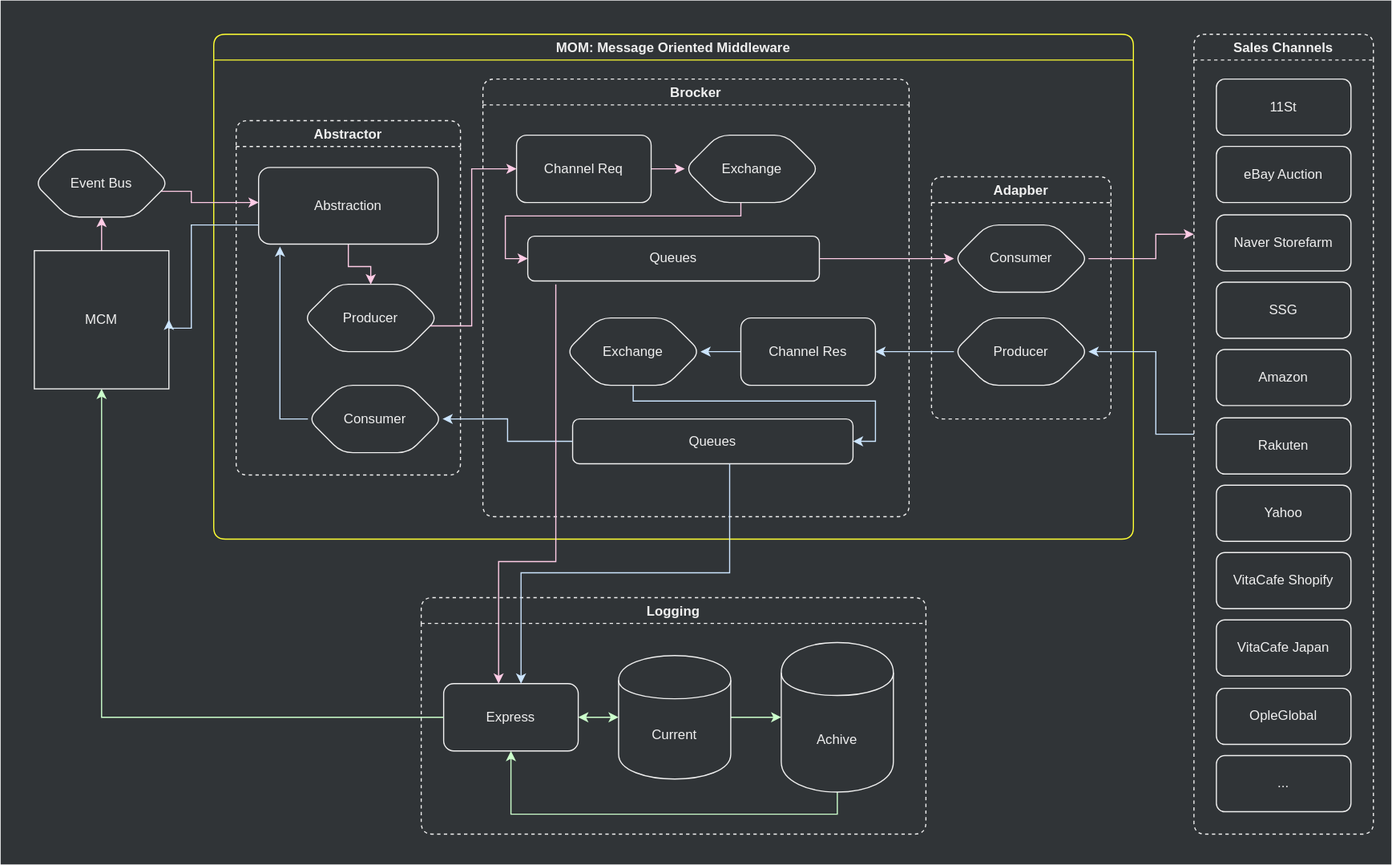
Earlier version of the draw.io export assets/.draw.io/documents/mom-structure-diagram.svg (jiholee-ntwglobal/jiholee-ntwglobal.github.io). Source tidied: cells renumbered, new cells last; positions are measured from the earlier drawing's top-left corner, leaving out a move shared by most shapes.
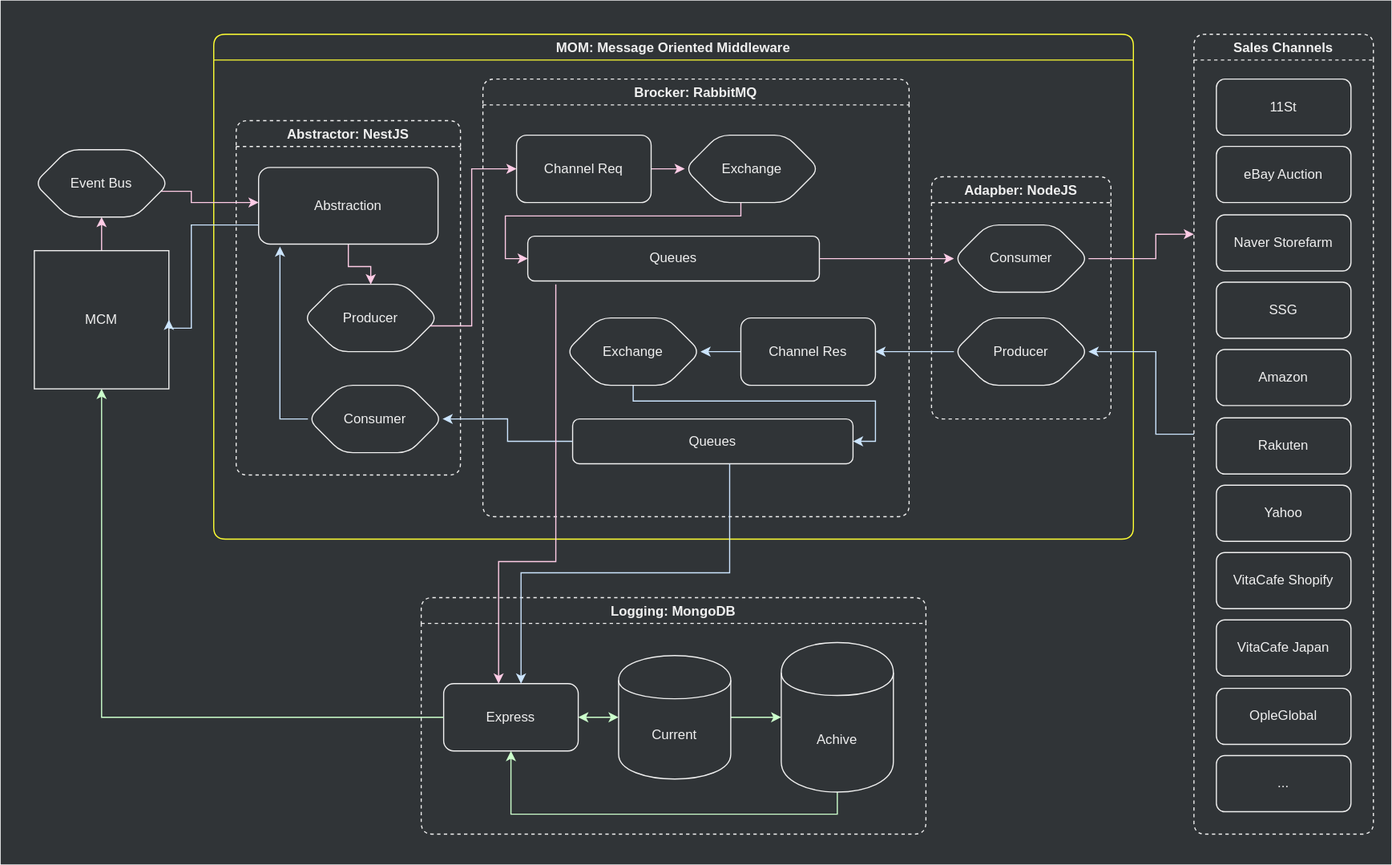
Above is the later version.

The edit, as a diff of the source:
```diff
@@ -9,7 +9,7 @@
     <mxCell id="4" value="MOM: Message Oriented Middleware" style="swimlane;rounded=1;fillColor=none;fontColor=#F0F0F0;strokeColor=#FFFF33;" parent="3" vertex="1">
       <mxGeometry x="190" y="30" width="820" height="450" as="geometry" />
     </mxCell>
-    <mxCell id="5" value="Brocker" style="swimlane;rounded=1;fillColor=none;fontColor=#F0F0F0;strokeColor=#F0F0F0;dashed=1;" parent="4" vertex="1">
+    <mxCell id="5" value="Brocker: RabbitMQ" style="swimlane;rounded=1;fillColor=none;fontColor=#F0F0F0;strokeColor=#F0F0F0;dashed=1;" parent="4" vertex="1">
       <mxGeometry x="240" y="40" width="380" height="390" as="geometry" />
     </mxCell>
     <mxCell id="6" style="edgeStyle=orthogonalEdgeStyle;rounded=0;jettySize=auto;html=1;startArrow=none;startFill=0;strokeColor=#FFCCE6;entryX=0;entryY=0.5;entryDx=0;entryDy=0;" parent="5" edge="1" source="7" target="12">
@@ -54,7 +54,7 @@
     <mxCell id="15" value="Queues" style="rounded=1;whiteSpace=wrap;html=1;fillColor=none;fontColor=#F0F0F0;strokeColor=#F0F0F0;" parent="5" vertex="1">
       <mxGeometry x="80" y="302.9" width="250" height="40" as="geometry" />
     </mxCell>
-    <mxCell id="16" value="Abstractor" style="swimlane;rounded=1;fillColor=none;fontColor=#F0F0F0;strokeColor=#F0F0F0;dashed=1;" parent="4" vertex="1">
+    <mxCell id="16" value="Abstractor: NestJS" style="swimlane;rounded=1;fillColor=none;fontColor=#F0F0F0;strokeColor=#F0F0F0;dashed=1;" parent="4" vertex="1">
       <mxGeometry x="20" y="77.1" width="200" height="315.8" as="geometry" />
     </mxCell>
     <mxCell id="17" value="Producer" style="shape=hexagon;perimeter=hexagonPerimeter2;whiteSpace=wrap;html=1;rounded=1;fillColor=none;fontColor=#F0F0F0;strokeColor=#F0F0F0;" parent="16" vertex="1">
@@ -72,7 +72,7 @@
     <mxCell id="21" value="Consumer" style="shape=hexagon;perimeter=hexagonPerimeter2;whiteSpace=wrap;html=1;rounded=1;fillColor=none;fontColor=#F0F0F0;strokeColor=#F0F0F0;" parent="16" vertex="1">
       <mxGeometry x="64" y="235.8" width="120" height="60" as="geometry" />
     </mxCell>
-    <mxCell id="22" value="Adapber" style="swimlane;rounded=1;fillColor=none;fontColor=#F0F0F0;strokeColor=#F0F0F0;dashed=1;" parent="4" vertex="1">
+    <mxCell id="22" value="Adapber: NodeJS" style="swimlane;rounded=1;fillColor=none;fontColor=#F0F0F0;strokeColor=#F0F0F0;dashed=1;" parent="4" vertex="1">
       <mxGeometry x="640" y="127.1" width="160" height="215.8" as="geometry" />
     </mxCell>
     <mxCell id="23" value="Producer" style="shape=hexagon;perimeter=hexagonPerimeter2;whiteSpace=wrap;html=1;rounded=1;fillColor=none;fontColor=#F0F0F0;strokeColor=#F0F0F0;" parent="22" vertex="1">
@@ -98,7 +98,7 @@
     <mxCell id="28" style="edgeStyle=orthogonalEdgeStyle;rounded=0;jettySize=auto;html=1;entryX=1;entryY=0.5;entryDx=0;entryDy=0;startArrow=none;startFill=0;strokeColor=#CCE5FF;" parent="4" edge="1" source="15" target="21">
       <mxGeometry relative="1" as="geometry" />
     </mxCell>
-    <mxCell id="29" value="Logging" style="swimlane;rounded=1;fillColor=none;fontColor=#F0F0F0;strokeColor=#F0F0F0;dashed=1;" parent="3" vertex="1">
+    <mxCell id="29" value="Logging: MongoDB" style="swimlane;rounded=1;fillColor=none;fontColor=#F0F0F0;strokeColor=#F0F0F0;dashed=1;" parent="3" vertex="1">
       <mxGeometry x="375" y="532.2" width="450" height="210.8" as="geometry" />
     </mxCell>
     <mxCell id="30" style="edgeStyle=orthogonalEdgeStyle;rounded=0;jettySize=auto;html=1;startArrow=classic;startFill=1;strokeColor=#CCFFCC;" parent="29" edge="1" source="31" target="33">
```
